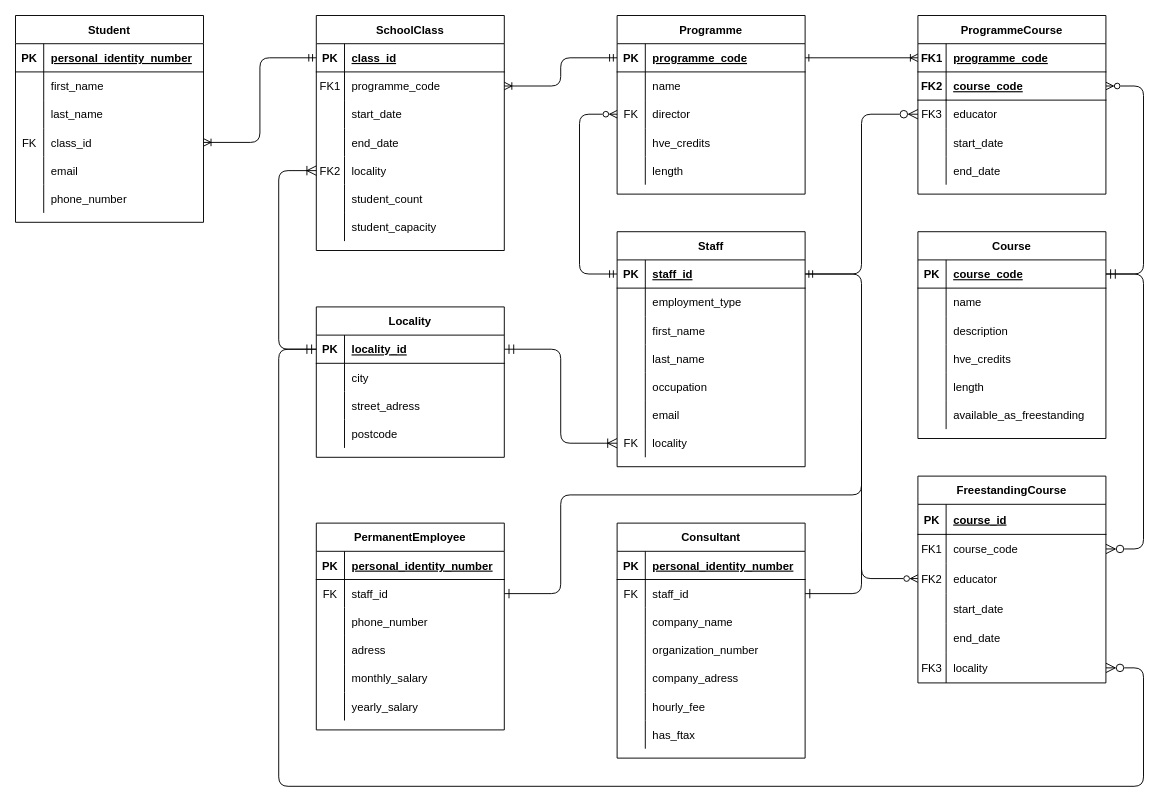
This is yh_labb/logical_model/logical_model.drawio from dagmarveronika/data-modeling-charlotta-dellborg-de24, a draw.io file, before an edit. Source tidied: cells renumbered, new cells numbered last; positions are measured from the earlier drawing's top-left corner, leaving out a move shared by most shapes. Both pictures are drawn from the tidied source at 94%, with x=0, y=0 at pixel (15, 15).
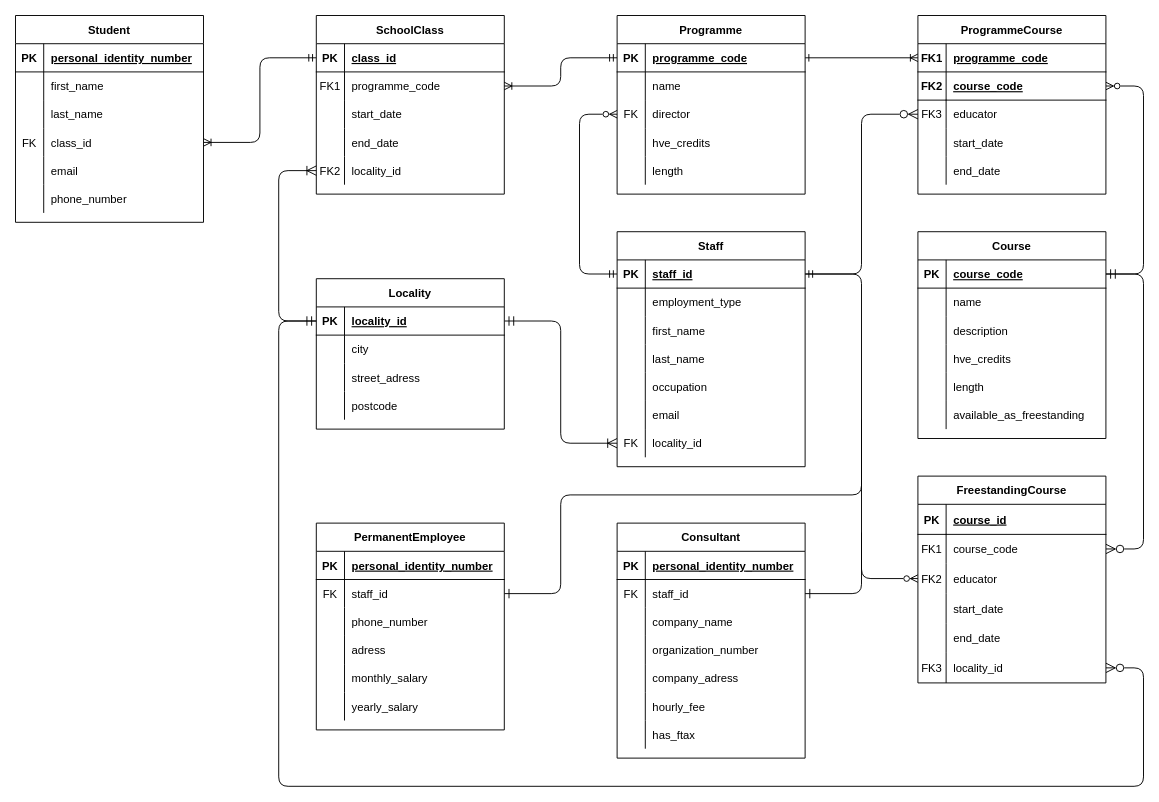
The same page after the edit.

Commit message (it also covers changes not shown here):
updated attributes to correspond with physical model

The change refers to these unchanged cells:
```xml
<mxCell id="16" style="shape=partialRectangle;fillColor=none;points=[[0,0.5],[1,0.5]];portConstraint=eastwest;top=0;left=0;right=0;bottom=0;" parent="3" vertex="1">
  <mxGeometry y="150" width="200" height="30" as="geometry" />
</mxCell>
<mxCell id="105" style="shape=partialRectangle;fillColor=none;points=[[0,0.5],[1,0.5]];portConstraint=eastwest;top=0;left=0;right=0;bottom=1;" parent="104" vertex="1">
  <mxGeometry y="30" width="200" height="30" as="geometry" />
</mxCell>
<mxCell id="161" style="shape=partialRectangle;fillColor=none;points=[[0,0.5],[1,0.5]];portConstraint=eastwest;top=0;left=0;right=0;bottom=0;" parent="142" vertex="1">
  <mxGeometry y="210" width="200" height="30" as="geometry" />
</mxCell>
<mxCell id="199" style="shape=partialRectangle;fillColor=none;points=[[0,0.5],[1,0.5]];portConstraint=eastwest;top=0;left=0;right=0;bottom=0;" parent="183" vertex="1">
  <mxGeometry y="188" width="200" height="32" as="geometry" />
</mxCell>
```

Diff of the diagram source:
```diff
@@
     <mxCell id="3" value="SchoolClass" style="shape=table;startSize=30;childLayout=tableLayout;rowLines=0;fontStyle=1;align=center;swimlaneFillColor=default;" parent="1" vertex="1">
-      <mxGeometry x="320" width="200" height="250" as="geometry" />
+      <mxGeometry x="320" width="200" height="190" as="geometry" />
     </mxCell>
@@
-    <mxCell id="18" value="locality" style="shape=partialRectangle;overflow=hidden;fillColor=none;top=0;left=0;bottom=0;right=0;align=left;spacingLeft=6;" parent="16" vertex="1">
+    <mxCell id="18" value="locality_id" style="shape=partialRectangle;overflow=hidden;fillColor=none;top=0;left=0;bottom=0;right=0;align=left;spacingLeft=6;" parent="16" vertex="1">
       <mxGeometry x="30" width="170" height="30" as="geometry" />
     </mxCell>
-    <mxCell id="19" style="shape=partialRectangle;fillColor=none;top=0;left=0;right=0;bottom=0;" parent="3" vertex="1">
-      <mxGeometry y="180" width="200" height="30" as="geometry" />
-    </mxCell>
-    <mxCell id="20" style="shape=partialRectangle;overflow=hidden;fillColor=none;top=0;left=0;bottom=0;right=0;" parent="19" vertex="1">
-      <mxGeometry width="30" height="30" as="geometry" />
-    </mxCell>
-    <mxCell id="21" value="student_count" style="shape=partialRectangle;overflow=hidden;fillColor=none;top=0;left=0;bottom=0;right=0;align=left;spacingLeft=6;" parent="19" vertex="1">
-      <mxGeometry x="30" width="170" height="30" as="geometry" />
-    </mxCell>
-    <mxCell id="22" style="shape=partialRectangle;fillColor=none;top=0;left=0;right=0;bottom=0;" parent="3" vertex="1">
-      <mxGeometry y="210" width="200" height="30" as="geometry" />
-    </mxCell>
-    <mxCell id="23" style="shape=partialRectangle;overflow=hidden;fillColor=none;top=0;left=0;bottom=0;right=0;" parent="22" vertex="1">
-      <mxGeometry width="30" height="30" as="geometry" />
-    </mxCell>
-    <mxCell id="24" value="student_capacity" style="shape=partialRectangle;overflow=hidden;fillColor=none;top=0;left=0;bottom=0;right=0;align=left;spacingLeft=6;" parent="22" vertex="1">
-      <mxGeometry x="30" width="170" height="30" as="geometry" />
-    </mxCell>
@@
     <mxCell id="103" style="rounded=1;jettySize=auto;html=1;entryX=1;entryY=0.5;entryDx=0;entryDy=0;fontSize=12;startSize=8;endSize=8;exitX=0;exitY=0.5;exitDx=0;exitDy=0;endArrow=ERzeroToMany;endFill=0;edgeStyle=orthogonalEdgeStyle;" parent="1" edge="1" source="105" target="199">
       <mxGeometry relative="1" as="geometry">
         <Array as="points">
-          <mxPoint x="280" y="355" />
+          <mxPoint x="280" y="325" />
           <mxPoint x="280" y="820" />
           <mxPoint x="1200" y="820" />
           <mxPoint x="1200" y="694" />
         </Array>
       </mxGeometry>
     </mxCell>
     <mxCell id="104" value="Locality" style="shape=table;startSize=30;childLayout=tableLayout;rowLines=0;fontStyle=1;align=center;swimlaneFillColor=default;" parent="1" vertex="1">
-      <mxGeometry x="320" y="310" width="200" height="160" as="geometry" />
+      <mxGeometry x="320" y="280" width="200" height="160" as="geometry" />
     </mxCell>
@@
-    <mxCell id="163" value="locality" style="shape=partialRectangle;overflow=hidden;fillColor=none;top=0;left=0;bottom=0;right=0;align=left;spacingLeft=6;" parent="161" vertex="1">
+    <mxCell id="163" value="locality_id" style="shape=partialRectangle;overflow=hidden;fillColor=none;top=0;left=0;bottom=0;right=0;align=left;spacingLeft=6;" parent="161" vertex="1">
       <mxGeometry x="30" width="170" height="30" as="geometry" />
     </mxCell>
@@
-    <mxCell id="201" value="locality" style="shape=partialRectangle;overflow=hidden;fillColor=none;top=0;left=0;bottom=0;right=0;align=left;spacingLeft=6;" parent="199" vertex="1">
+    <mxCell id="201" value="locality_id" style="shape=partialRectangle;overflow=hidden;fillColor=none;top=0;left=0;bottom=0;right=0;align=left;spacingLeft=6;" parent="199" vertex="1">
       <mxGeometry x="30" width="170" height="32" as="geometry" />
     </mxCell>
     <mxCell id="202" style="edgeStyle=orthogonalEdgeStyle;rounded=1;jettySize=auto;html=1;entryX=0;entryY=0.5;entryDx=0;entryDy=0;fontSize=12;startSize=8;endSize=8;exitX=0;exitY=0.5;exitDx=0;exitDy=0;endArrow=ERmandOne;endFill=0;startArrow=ERoneToMany;startFill=0;curved=0;" parent="1" edge="1" source="16" target="105">
       <mxGeometry relative="1" as="geometry">
         <Array as="points">
           <mxPoint x="280" y="165" />
-          <mxPoint x="280" y="355" />
+          <mxPoint x="280" y="325" />
         </Array>
       </mxGeometry>
     </mxCell>
```
